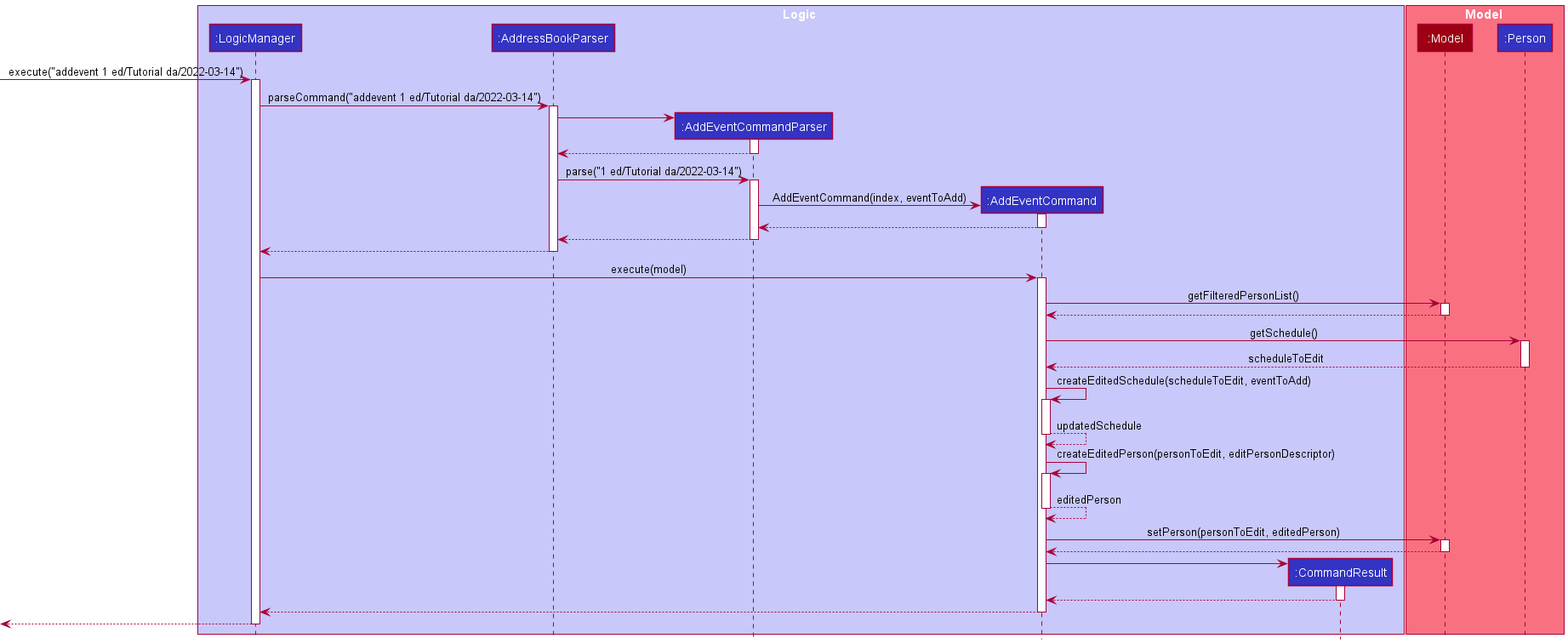
The PlantUML diagram docs/images/AddEventSequenceDiagram.png in vishandi/tp, before a commit. The source it was exported from:
```plantuml
@startuml
!include style.puml

box Logic LOGIC_COLOR_T1
participant ":LogicManager" as LogicManager LOGIC_COLOR
participant ":AddressBookParser" as AddressBookParser LOGIC_COLOR
participant ":AddEventCommandParser" as AddEventCommandParser LOGIC_COLOR
participant ":AddEventCommand" as AddEventCommand LOGIC_COLOR
participant ":CommandResult" as CommandResult LOGIC_COLOR
end box

box Model MODEL_COLOR_T1
participant ":Model" as Model MODEL_COLOR
participant ":Person" as Person LOGIC_COLOR
end box

[-> LogicManager : execute("addevent 1 ed/Tutorial da/2022-03-14")
activate LogicManager

LogicManager -> AddressBookParser : parseCommand("addevent 1 ed/Tutorial da/2022-03-14")
activate AddressBookParser

create AddEventCommandParser
AddressBookParser -> AddEventCommandParser
activate AddEventCommandParser

AddEventCommandParser --> AddressBookParser
deactivate AddEventCommandParser

AddressBookParser -> AddEventCommandParser : parse("1 ed/Tutorial da/2022-03-14")
activate AddEventCommandParser

create AddEventCommand
AddEventCommandParser -> AddEventCommand : AddEventCommand(index, eventToAdd)
activate AddEventCommand

AddEventCommand --> AddEventCommandParser
deactivate AddEventCommand

AddEventCommandParser --> AddressBookParser
deactivate AddEventCommandParser

AddressBookParser --> LogicManager
deactivate AddressBookParser

LogicManager -> AddEventCommand : execute(model)
activate AddEventCommand

AddEventCommand -> Model : getFilteredPersonList()
activate Model

Model --> AddEventCommand
deactivate Model

AddEventCommand -> Person : getSchedule()
activate Person

Person --> AddEventCommand : scheduleToEdit
deactivate Person

AddEventCommand -> AddEventCommand : createEditedSchedule(scheduleToEdit, eventToAdd)
activate AddEventCommand

AddEventCommand --> AddEventCommand : updatedSchedule
deactivate AddEventCommand

AddEventCommand -> AddEventCommand : createEditedPerson(personToEdit, editPersonDescriptor)
activate AddEventCommand

AddEventCommand --> AddEventCommand : editedPerson
deactivate AddEventCommand

AddEventCommand -> Model : setPerson(personToEdit, editedPerson)
activate Model

Model --> AddEventCommand
deactivate Model

create CommandResult
AddEventCommand -> CommandResult
activate CommandResult

CommandResult --> AddEventCommand
deactivate CommandResult

AddEventCommand --> LogicManager
deactivate AddEventCommand

[<--LogicManager
deactivate LogicManager
@enduml
```
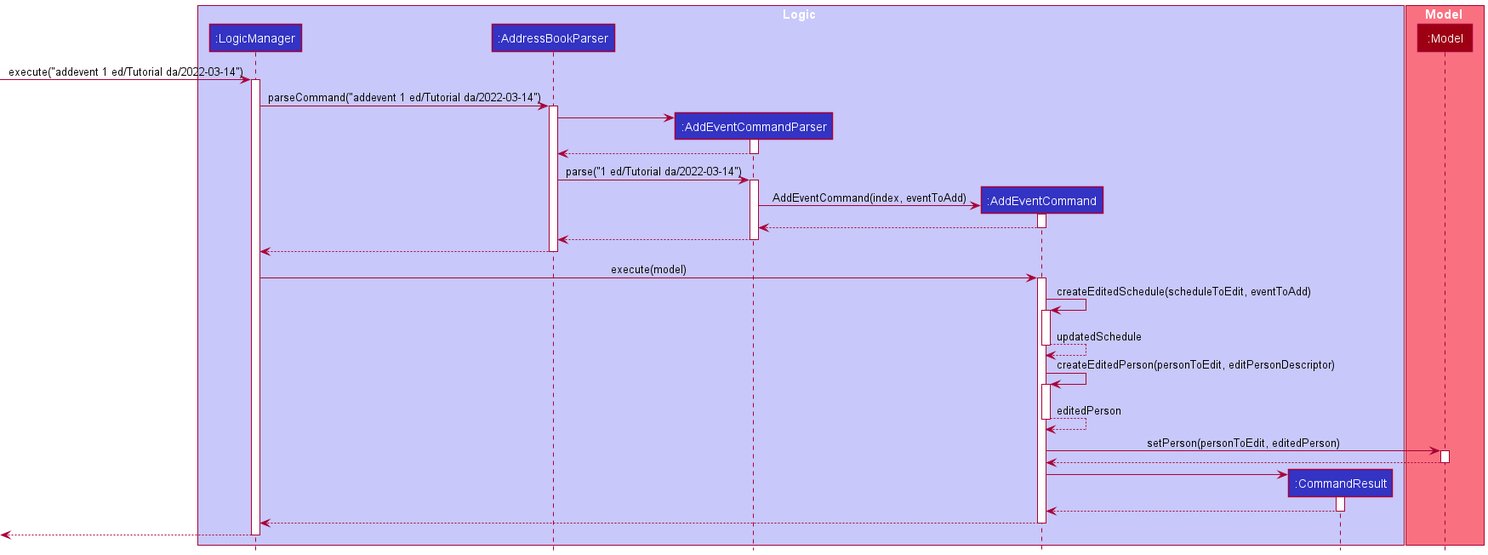
The same file after the commit.

Commit message:
Simplify sequence diagram

The edit, as a diff of the source:
```diff
@@ -11,7 +11,6 @@
 
 box Model MODEL_COLOR_T1
 participant ":Model" as Model MODEL_COLOR
-participant ":Person" as Person LOGIC_COLOR
 end box
 
 [-> LogicManager : execute("addevent 1 ed/Tutorial da/2022-03-14")
@@ -46,18 +45,6 @@
 LogicManager -> AddEventCommand : execute(model)
 activate AddEventCommand
 
-AddEventCommand -> Model : getFilteredPersonList()
-activate Model
-
-Model --> AddEventCommand
-deactivate Model
-
-AddEventCommand -> Person : getSchedule()
-activate Person
-
-Person --> AddEventCommand : scheduleToEdit
-deactivate Person
-
 AddEventCommand -> AddEventCommand : createEditedSchedule(scheduleToEdit, eventToAdd)
 activate AddEventCommand
 
```
